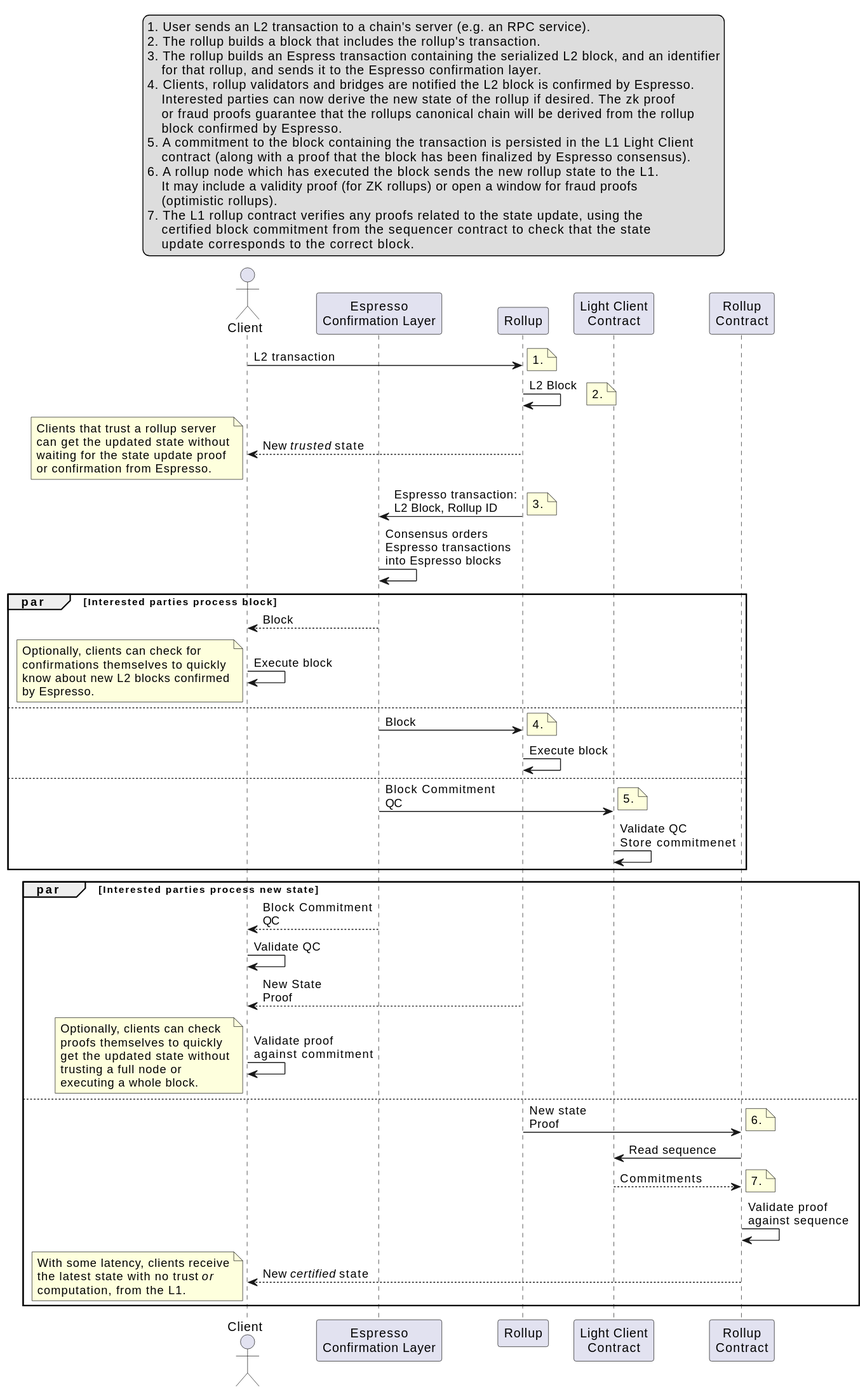
Before: doc/sequence-diagram-simplified.svg, a diagram exported from PlantUML (EspressoSystems/espresso-sequencer).
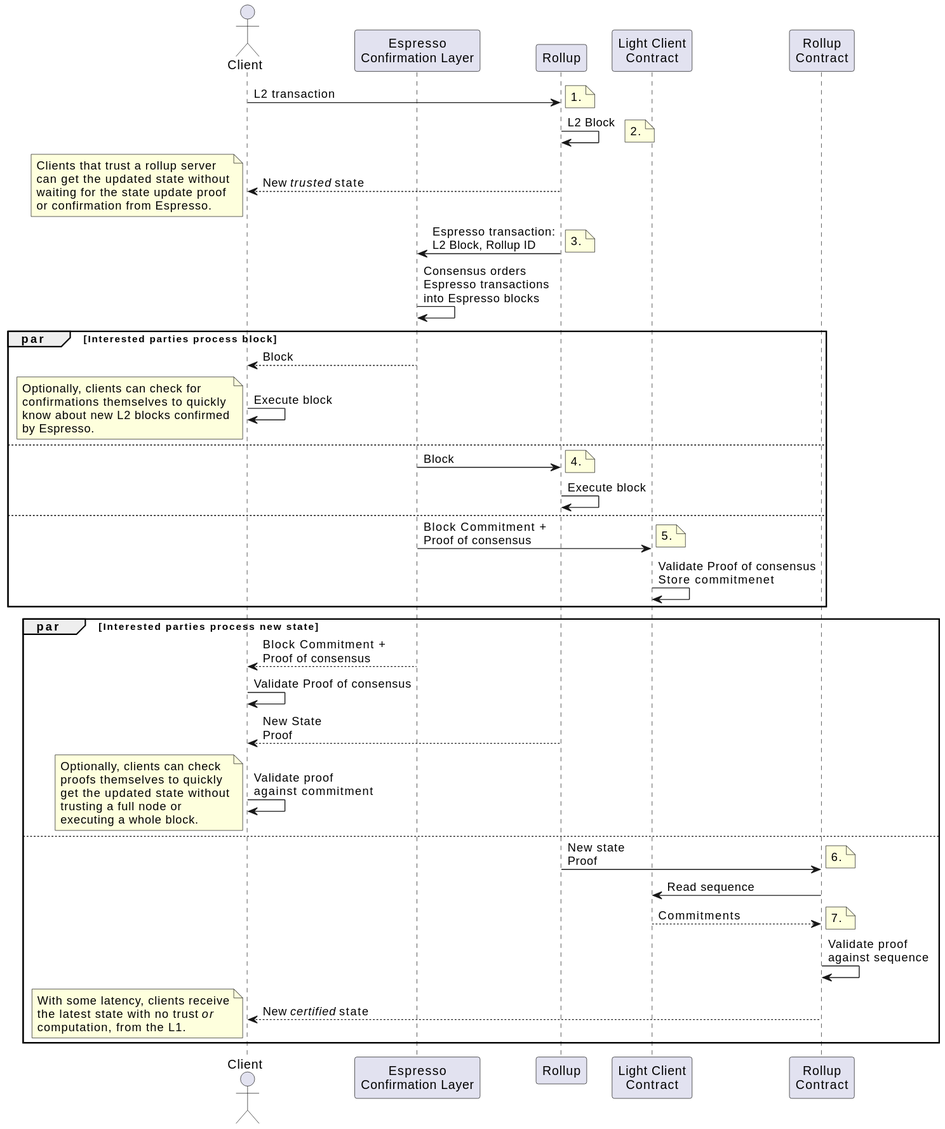
After the change.

The edit, as a diff of the source:
```diff
@@ -51,18 +51,18 @@
 
 else
 
-Esp -> LC : Block Commitment\nQC
+Esp -> LC : Block Commitment +\nProof of consensus
 note right
 5.
 end note
-LC -> LC: Validate QC\nStore commitmenet
+LC -> LC: Validate Proof of consensus\nStore commitmenet
 
 end
 
 par Interested parties process new state
 
-Client <-- Esp : Block Commitment\nQC
-Client -> Client : Validate QC
+Client <-- Esp : Block Commitment +\nProof of consensus
+Client -> Client : Validate Proof of consensus
 Client <-- L2 : New State\nProof
 Client -> Client : Validate proof\nagainst commitment
 note left
@@ -94,23 +94,4 @@
 end note
 
 end
-
-legend top
-    1. User sends an L2 transaction to a chain's server (e.g. an RPC service).
-    2. The rollup builds a block that includes the rollup's transaction.
-    3. The rollup builds an Espress transaction containing the serialized L2 block, and an identifier
-        for that rollup, and sends it to the Espresso confirmation layer.
-    4. Clients, rollup validators and bridges are notified the L2 block is confirmed by Espresso.
-        Interested parties can now derive the new state of the rollup if desired. The zk proof
-        or fraud proofs guarantee that the rollups canonical chain will be derived from the rollup
-        block confirmed by Espresso.
-    5. A commitment to the block containing the transaction is persisted in the L1 Light Client
-        contract (along with a proof that the block has been finalized by Espresso consensus).
-    6. A rollup node which has executed the block sends the new rollup state to the L1.
-        It may include a validity proof (for ZK rollups) or open a window for fraud proofs
-        (optimistic rollups).
-    7. The L1 rollup contract verifies any proofs related to the state update, using the
-        certified block commitment from the sequencer contract to check that the state
-        update corresponds to the correct block.
-endlegend
 @enduml
```
